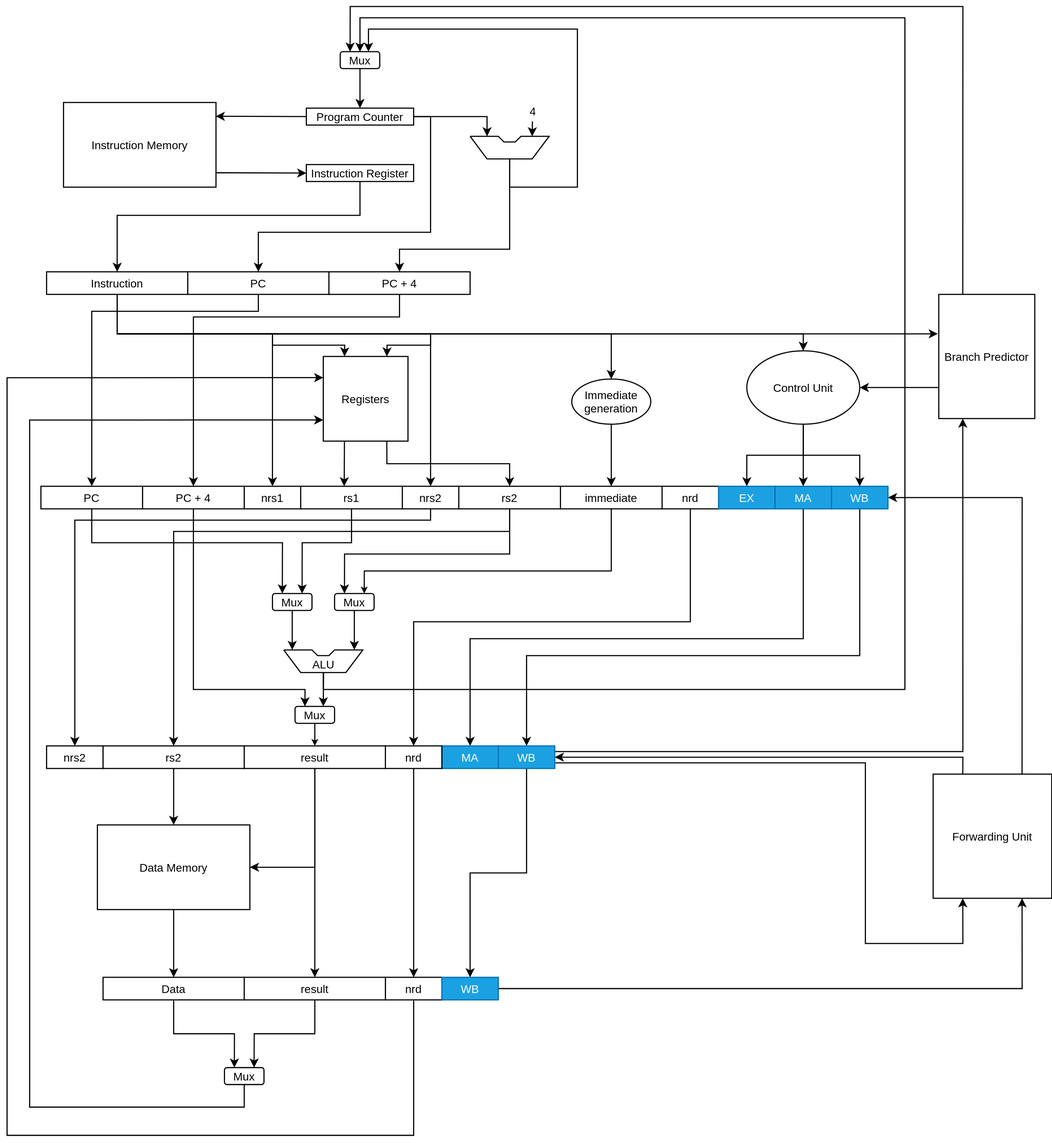
Before: docs/assets/figures/cpu_datapath.svg, a diagram exported from draw.io (Abdurrahman-shaikh02/RISC-V-microarchitecture-simulator). Source tidied: cells renumbered, new cells last; positions are measured from the earlier drawing's top-left corner, leaving out a move shared by most shapes.
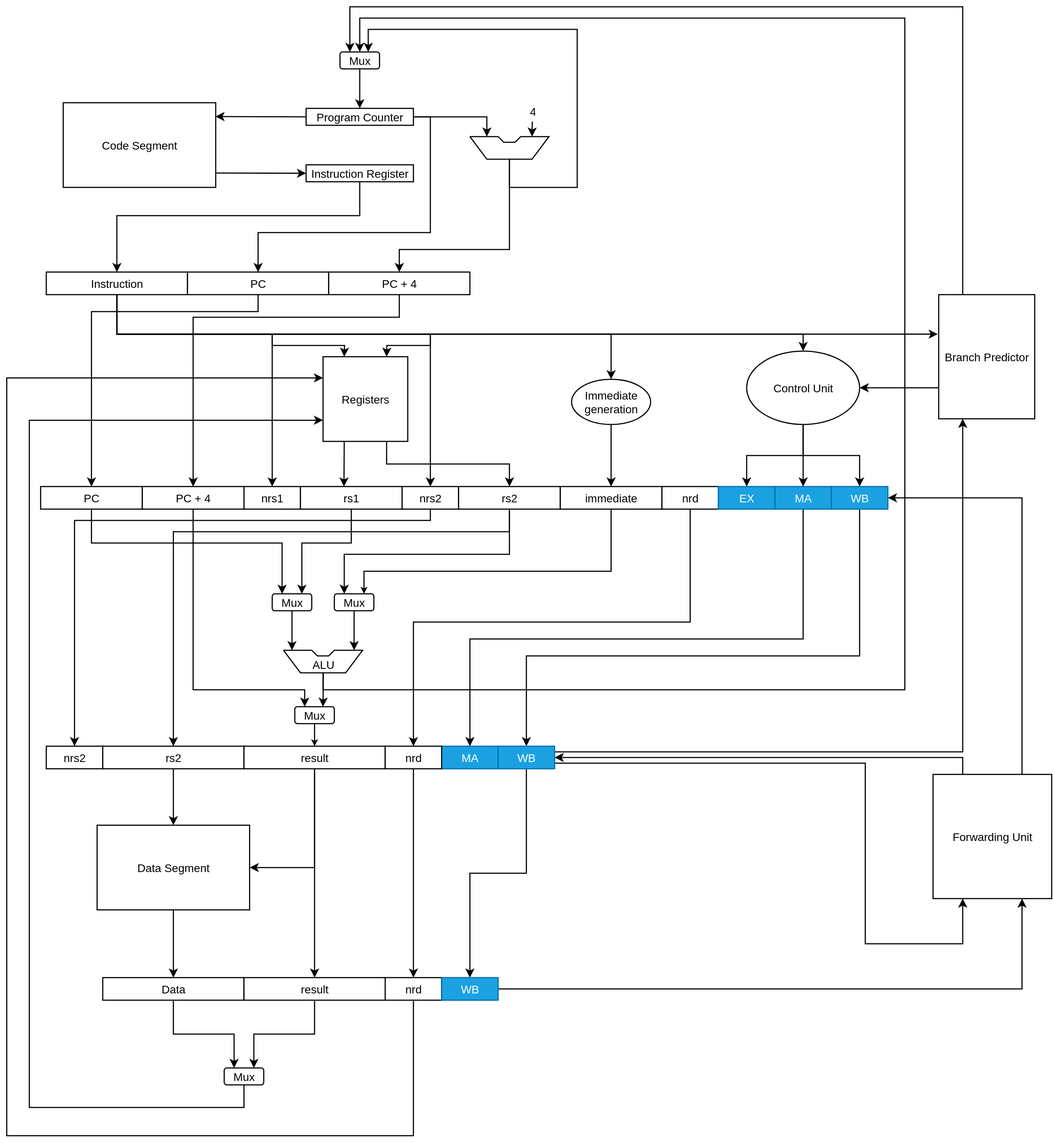
After the commit.

Change to the diagram source:
```diff
@@ -2,7 +2,7 @@
   <root>
     <mxCell id="0" />
     <mxCell id="1" parent="0" />
-    <mxCell id="2" value="Instruction Memory" style="rounded=0;whiteSpace=wrap;html=1;labelBackgroundColor=none;fontSize=20;strokeWidth=2;" parent="1" vertex="1">
+    <mxCell id="2" value="Code Segment" style="rounded=0;whiteSpace=wrap;html=1;labelBackgroundColor=none;fontSize=20;strokeWidth=2;" parent="1" vertex="1">
       <mxGeometry x="100" y="170" width="270" height="150" as="geometry" />
     </mxCell>
     <mxCell id="3" value="Program Counter" style="rounded=0;whiteSpace=wrap;html=1;labelBackgroundColor=none;fontSize=20;strokeWidth=2;" parent="1" vertex="1">
@@ -414,7 +414,7 @@
     <mxCell id="78" style="edgeStyle=orthogonalEdgeStyle;rounded=0;jettySize=auto;html=1;exitX=0.5;exitY=1;exitDx=0;exitDy=0;entryX=0.5;entryY=0;entryDx=0;entryDy=0;labelPosition=right;verticalLabelPosition=middle;align=left;verticalAlign=middle;endSize=10;strokeWidth=2;" parent="1" edge="1" source="79" target="81">
       <mxGeometry relative="1" as="geometry" />
     </mxCell>
-    <mxCell id="79" value="Data Memory" style="rounded=0;whiteSpace=wrap;html=1;labelBackgroundColor=none;fontSize=20;strokeWidth=2;" parent="1" vertex="1">
+    <mxCell id="79" value="Data Segment" style="rounded=0;whiteSpace=wrap;html=1;labelBackgroundColor=none;fontSize=20;strokeWidth=2;" parent="1" vertex="1">
       <mxGeometry x="160" y="1450" width="270" height="150" as="geometry" />
     </mxCell>
     <mxCell id="80" style="edgeStyle=orthogonalEdgeStyle;rounded=0;jettySize=auto;html=1;exitX=0.5;exitY=1;exitDx=0;exitDy=0;entryX=0.25;entryY=0;entryDx=0;entryDy=0;endSize=10;strokeWidth=2;" parent="1" edge="1" source="81" target="90">
```
